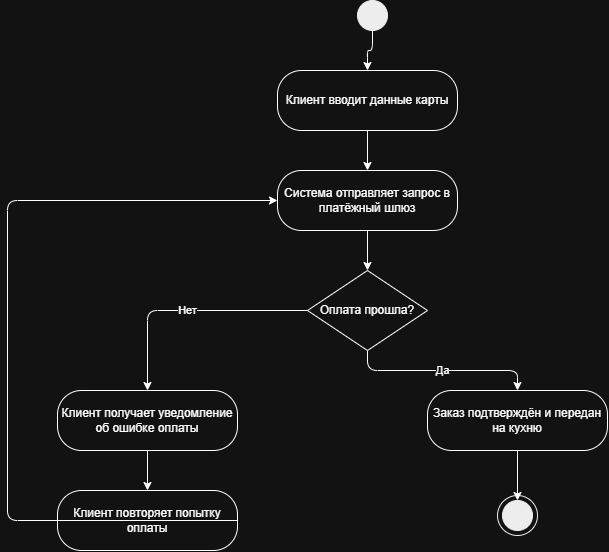
Earlier version of the draw.io export lab1/diagrams/activity-uml.png (vladsnegg/visual-programming-labs-Sniahurski). Source tidied: cells renumbered, new cells last; positions are measured from the earlier drawing's top-left corner, leaving out a move shared by most shapes. The source it was exported from:
```xml
<mxGraphModel>
  <root>
    <mxCell id="0" />
    <mxCell id="1" parent="0" />
    <mxCell id="2" style="ellipse;whiteSpace=wrap;html=1;fillColor=#000000;strokeColor=#000000;" parent="1" vertex="1">
      <mxGeometry x="350" width="30" height="30" as="geometry" />
    </mxCell>
    <mxCell id="3" value="Клиент вводит данные карты" style="rounded=1;whiteSpace=wrap;html=1;arcSize=40;" parent="1" vertex="1">
      <mxGeometry x="270" y="70" width="180" height="60" as="geometry" />
    </mxCell>
    <mxCell id="4" value="Система отправляет запрос в платёжный шлюз" style="rounded=1;whiteSpace=wrap;html=1;arcSize=40;" parent="1" vertex="1">
      <mxGeometry x="270" y="170" width="180" height="60" as="geometry" />
    </mxCell>
    <mxCell id="5" value="Оплата прошла?" style="rhombus;whiteSpace=wrap;html=1;" parent="1" vertex="1">
      <mxGeometry x="300" y="270" width="120" height="80" as="geometry" />
    </mxCell>
    <mxCell id="6" value="Заказ подтверждён и передан на кухню" style="rounded=1;whiteSpace=wrap;html=1;arcSize=40;" parent="1" vertex="1">
      <mxGeometry x="420" y="390" width="180" height="60" as="geometry" />
    </mxCell>
    <mxCell id="7" value="Клиент получает уведомление об ошибке оплаты" style="rounded=1;whiteSpace=wrap;html=1;arcSize=40;" parent="1" vertex="1">
      <mxGeometry x="50" y="390" width="180" height="60" as="geometry" />
    </mxCell>
    <mxCell id="8" value="Клиент повторяет попытку оплаты" style="rounded=1;whiteSpace=wrap;html=1;arcSize=40;" parent="1" vertex="1">
      <mxGeometry x="50" y="490" width="180" height="60" as="geometry" />
    </mxCell>
    <mxCell id="9" style="ellipse;whiteSpace=wrap;html=1;fillColor=#000000;strokeColor=#000000;" parent="1" vertex="1">
      <mxGeometry x="495" y="500" width="30" height="30" as="geometry" />
    </mxCell>
    <mxCell id="10" style="ellipse;whiteSpace=wrap;html=1;fillColor=none;strokeColor=#000000;" parent="1" vertex="1">
      <mxGeometry x="490" y="495" width="40" height="40" as="geometry" />
    </mxCell>
    <mxCell id="11" style="edgeStyle=orthogonalEdgeStyle;html=1;" parent="1" edge="1" source="2" target="3">
      <mxGeometry relative="1" as="geometry" />
    </mxCell>
    <mxCell id="12" style="edgeStyle=orthogonalEdgeStyle;html=1;" parent="1" edge="1" source="3" target="4">
      <mxGeometry relative="1" as="geometry" />
    </mxCell>
    <mxCell id="13" style="edgeStyle=orthogonalEdgeStyle;html=1;" parent="1" edge="1" source="4" target="5">
      <mxGeometry relative="1" as="geometry" />
    </mxCell>
    <mxCell id="14" value="Да" style="edgeStyle=orthogonalEdgeStyle;html=1;" parent="1" edge="1" source="5" target="6">
      <mxGeometry relative="1" as="geometry" />
    </mxCell>
    <mxCell id="15" value="Нет" style="edgeStyle=orthogonalEdgeStyle;html=1;" parent="1" edge="1" source="5" target="7">
      <mxGeometry relative="1" as="geometry" />
    </mxCell>
    <mxCell id="16" style="edgeStyle=orthogonalEdgeStyle;html=1;" parent="1" edge="1" source="7" target="8">
      <mxGeometry relative="1" as="geometry" />
    </mxCell>
    <mxCell id="17" style="edgeStyle=orthogonalEdgeStyle;html=1;exitX=1;exitY=0.5;entryX=0;entryY=0.5;" parent="1" edge="1" source="8" target="4">
      <mxGeometry relative="1" as="geometry">
        <Array as="points">
          <mxPoint y="520" />
          <mxPoint y="200" />
        </Array>
      </mxGeometry>
    </mxCell>
    <mxCell id="18" style="edgeStyle=orthogonalEdgeStyle;html=1;" parent="1" edge="1" source="6" target="9">
      <mxGeometry relative="1" as="geometry" />
    </mxCell>
  </root>
</mxGraphModel>
```
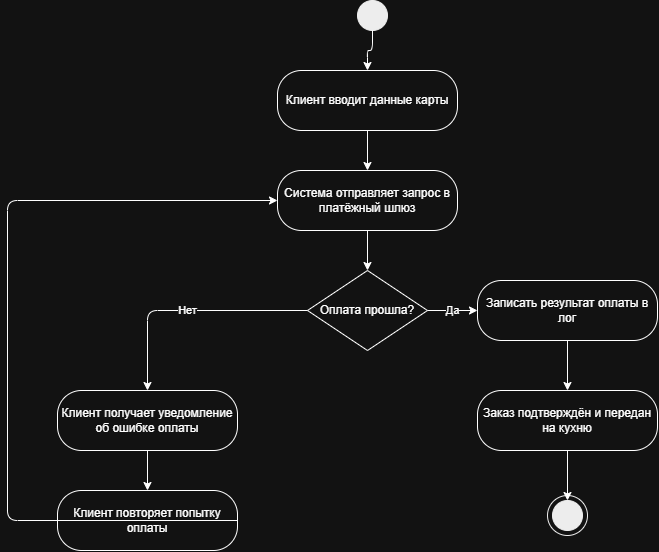
The same file after the commit.

Commit message:
Update diagrams: add minor elements for diff demonstration

The edit, as a diff of the source:
```diff
@@ -14,8 +14,11 @@
     <mxCell id="5" value="Оплата прошла?" style="rhombus;whiteSpace=wrap;html=1;" parent="1" vertex="1">
       <mxGeometry x="300" y="270" width="120" height="80" as="geometry" />
     </mxCell>
+    <mxCell id="19" value="Записать результат оплаты в лог" style="rounded=1;whiteSpace=wrap;html=1;arcSize=40;" parent="1" vertex="1">
+      <mxGeometry x="470" y="280" width="180" height="60" as="geometry" />
+    </mxCell>
     <mxCell id="6" value="Заказ подтверждён и передан на кухню" style="rounded=1;whiteSpace=wrap;html=1;arcSize=40;" parent="1" vertex="1">
-      <mxGeometry x="420" y="390" width="180" height="60" as="geometry" />
+      <mxGeometry x="470" y="390" width="180" height="60" as="geometry" />
     </mxCell>
     <mxCell id="7" value="Клиент получает уведомление об ошибке оплаты" style="rounded=1;whiteSpace=wrap;html=1;arcSize=40;" parent="1" vertex="1">
       <mxGeometry x="50" y="390" width="180" height="60" as="geometry" />
@@ -24,10 +27,10 @@
       <mxGeometry x="50" y="490" width="180" height="60" as="geometry" />
     </mxCell>
     <mxCell id="9" style="ellipse;whiteSpace=wrap;html=1;fillColor=#000000;strokeColor=#000000;" parent="1" vertex="1">
-      <mxGeometry x="495" y="500" width="30" height="30" as="geometry" />
+      <mxGeometry x="545" y="500" width="30" height="30" as="geometry" />
     </mxCell>
     <mxCell id="10" style="ellipse;whiteSpace=wrap;html=1;fillColor=none;strokeColor=#000000;" parent="1" vertex="1">
-      <mxGeometry x="490" y="495" width="40" height="40" as="geometry" />
+      <mxGeometry x="540" y="495" width="40" height="40" as="geometry" />
     </mxCell>
     <mxCell id="11" style="edgeStyle=orthogonalEdgeStyle;html=1;" parent="1" edge="1" source="2" target="3">
       <mxGeometry relative="1" as="geometry" />
@@ -38,9 +41,12 @@
     <mxCell id="13" style="edgeStyle=orthogonalEdgeStyle;html=1;" parent="1" edge="1" source="4" target="5">
       <mxGeometry relative="1" as="geometry" />
     </mxCell>
-    <mxCell id="14" value="Да" style="edgeStyle=orthogonalEdgeStyle;html=1;" parent="1" edge="1" source="5" target="6">
+    <mxCell id="14" value="Да" style="edgeStyle=orthogonalEdgeStyle;html=1;" parent="1" edge="1" source="5" target="19">
       <mxGeometry relative="1" as="geometry" />
     </mxCell>
+    <mxCell id="20" style="edgeStyle=orthogonalEdgeStyle;html=1;" parent="1" edge="1" source="19" target="6">
+      <mxGeometry relative="1" as="geometry" />
+    </mxCell>
     <mxCell id="15" value="Нет" style="edgeStyle=orthogonalEdgeStyle;html=1;" parent="1" edge="1" source="5" target="7">
       <mxGeometry relative="1" as="geometry" />
     </mxCell>
```
